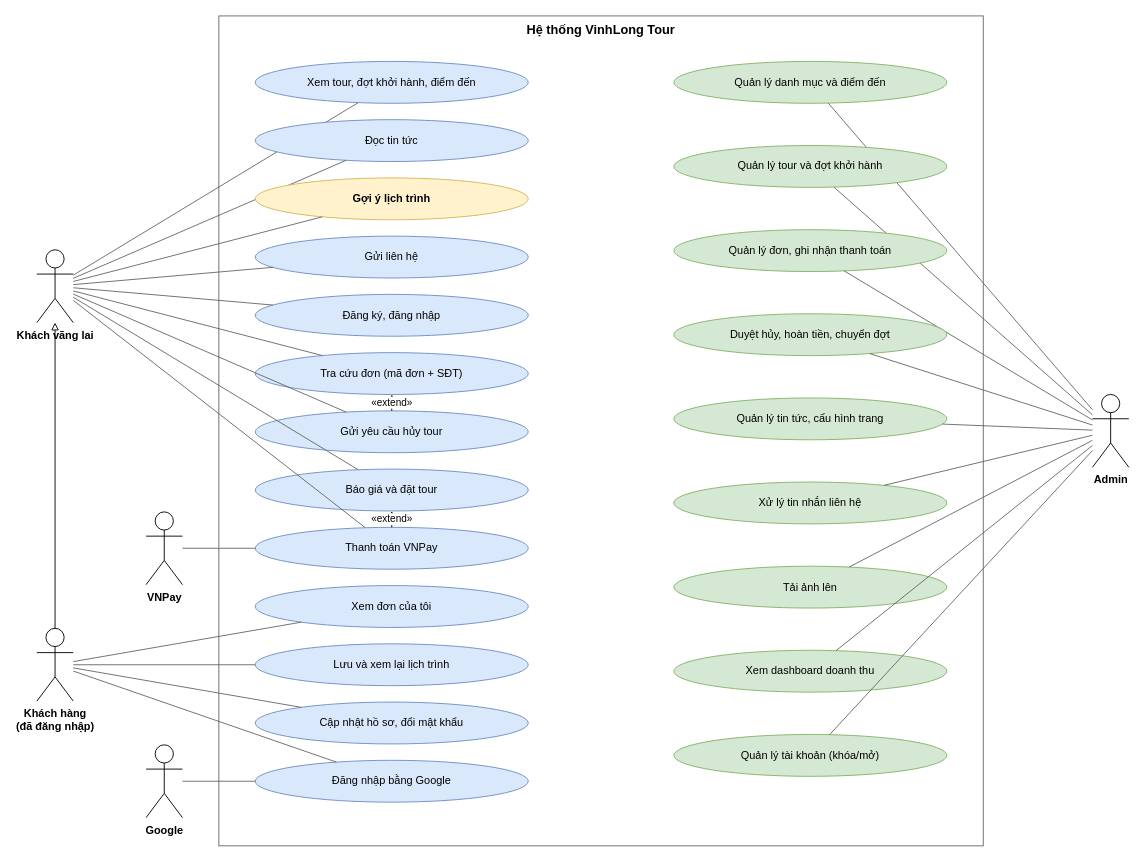
This is docs/diagrams/use-case.drawio from phdinh254/vinhlong-travel, a draw.io file, before an edit. Source tidied: cells renumbered, new cells numbered last; positions are measured from the earlier drawing's top-left corner, leaving out a move shared by most shapes. Both pictures are drawn from the tidied source at 91%, with x=0, y=0 at pixel (36, 15).
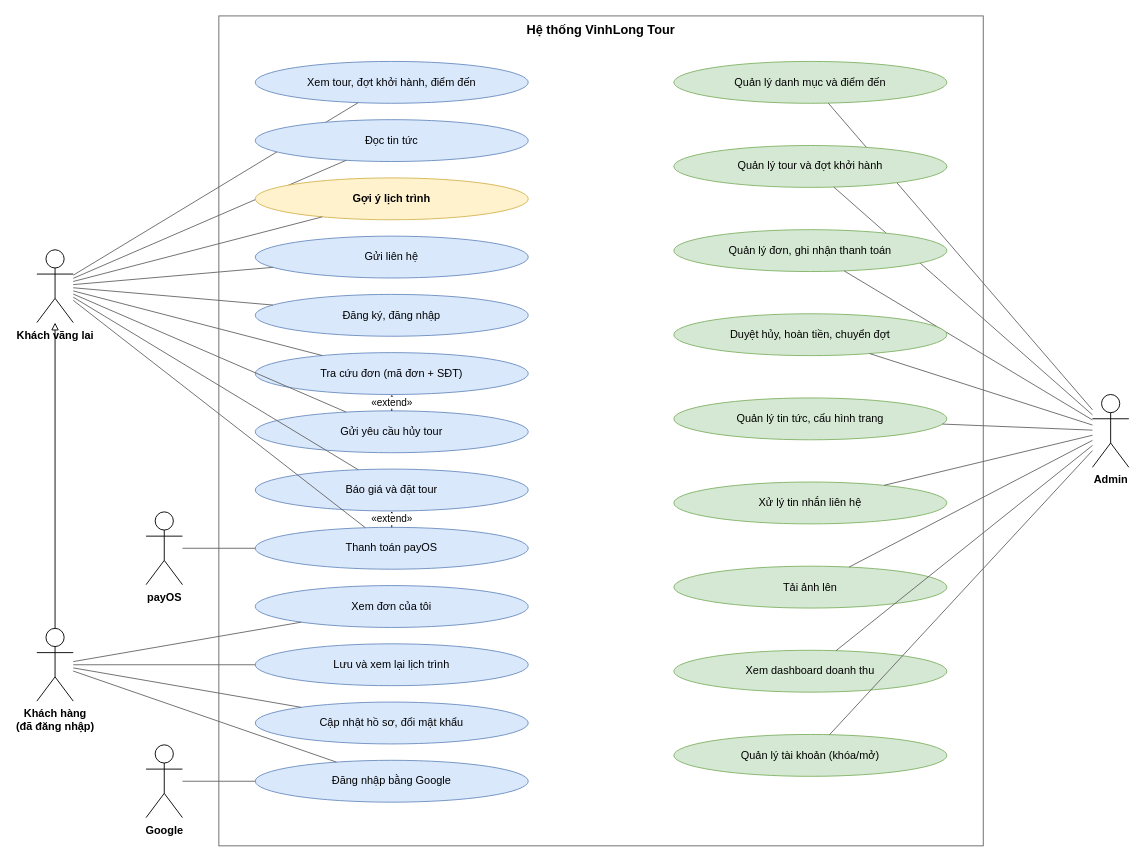
The same diagram, later.

The edit, as a diff of the source:
```diff
@@
-    <mxCell id="6" value="VNPay" style="shape=umlActor;verticalLabelPosition=bottom;verticalAlign=top;html=1;outlineConnect=0;fontStyle=1;" parent="1" vertex="1">
+    <mxCell id="6" value="payOS" style="shape=umlActor;verticalLabelPosition=bottom;verticalAlign=top;html=1;outlineConnect=0;fontStyle=1;" parent="1" vertex="1">
       <mxGeometry x="120" y="545" width="40" height="80" as="geometry" />
     </mxCell>
@@
-    <mxCell id="25" value="Thanh toán VNPay" style="ellipse;whiteSpace=wrap;html=1;fillColor=#dae8fc;strokeColor=#6c8ebf;fontSize=12;" parent="1" vertex="1">
+    <mxCell id="25" value="Thanh toán payOS" style="ellipse;whiteSpace=wrap;html=1;fillColor=#dae8fc;strokeColor=#6c8ebf;fontSize=12;" parent="1" vertex="1">
       <mxGeometry x="240" y="562" width="300" height="46" as="geometry" />
     </mxCell>
```
